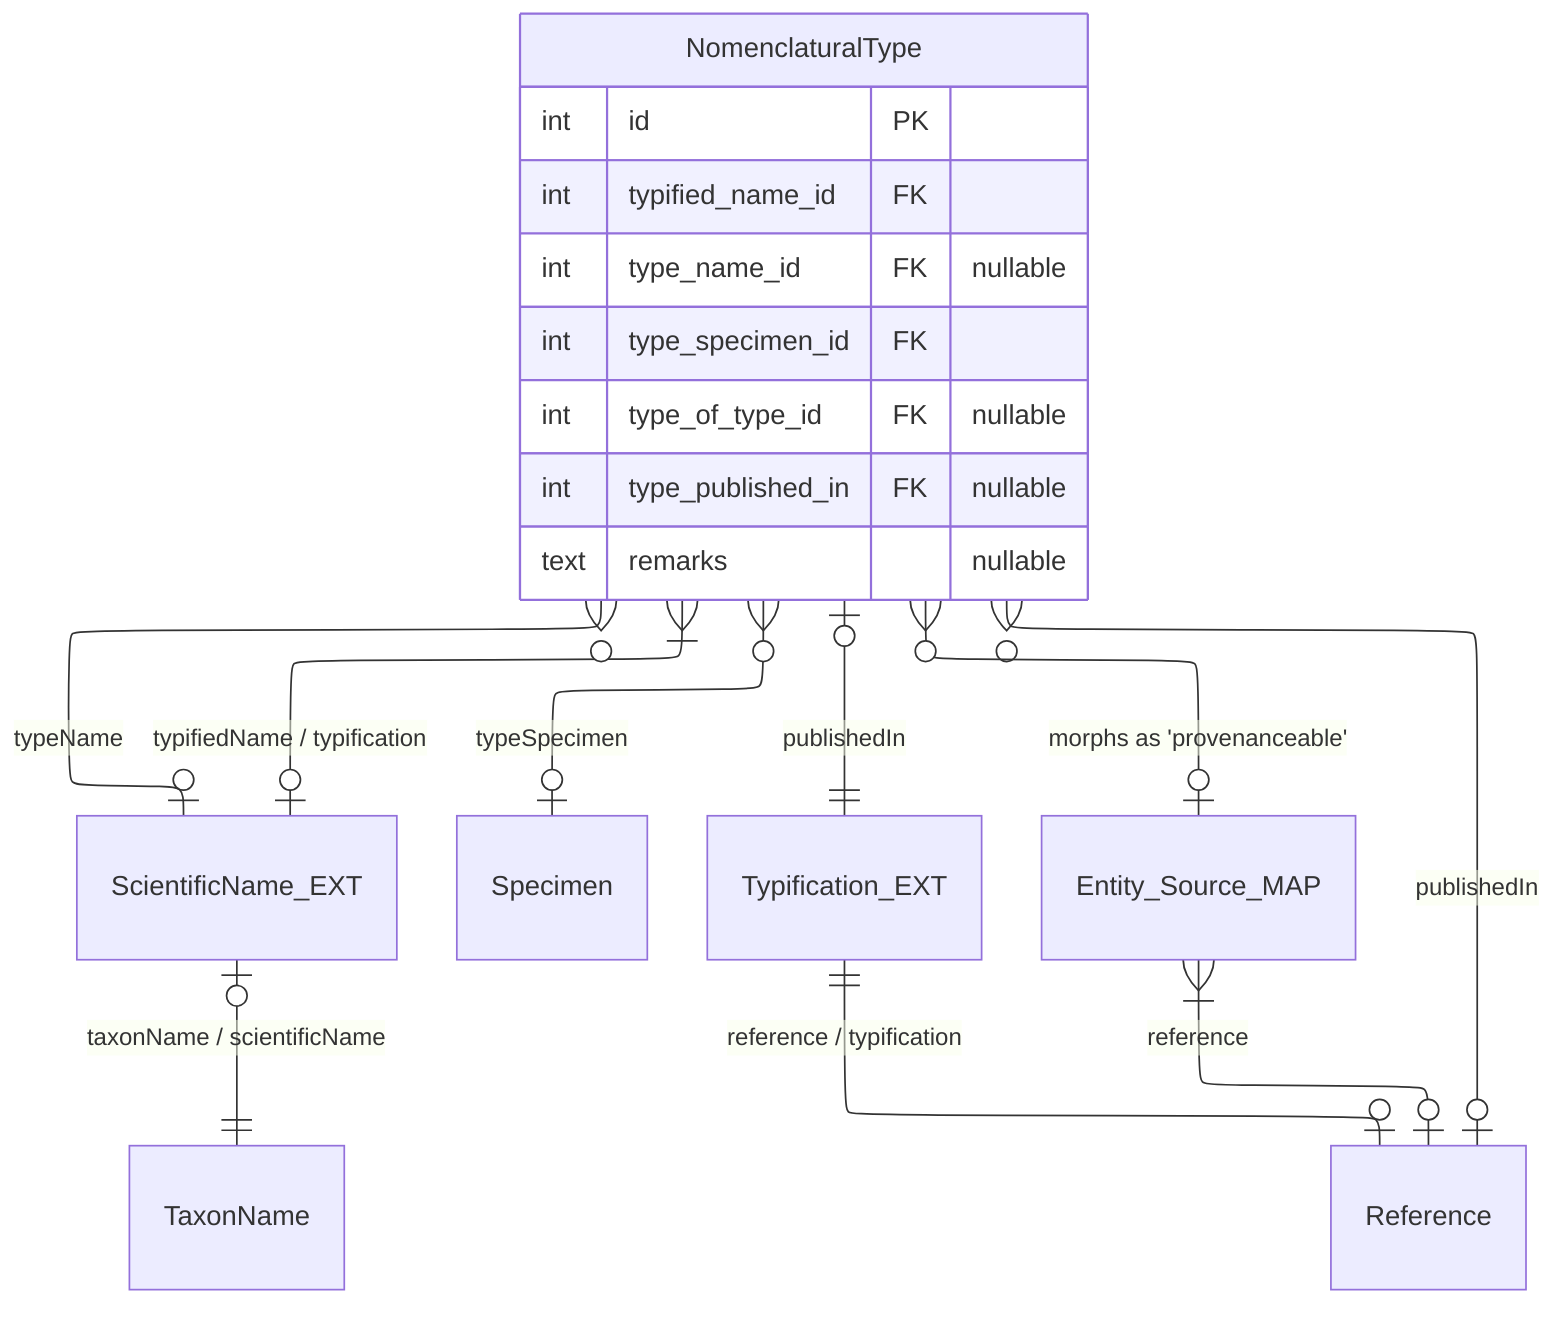
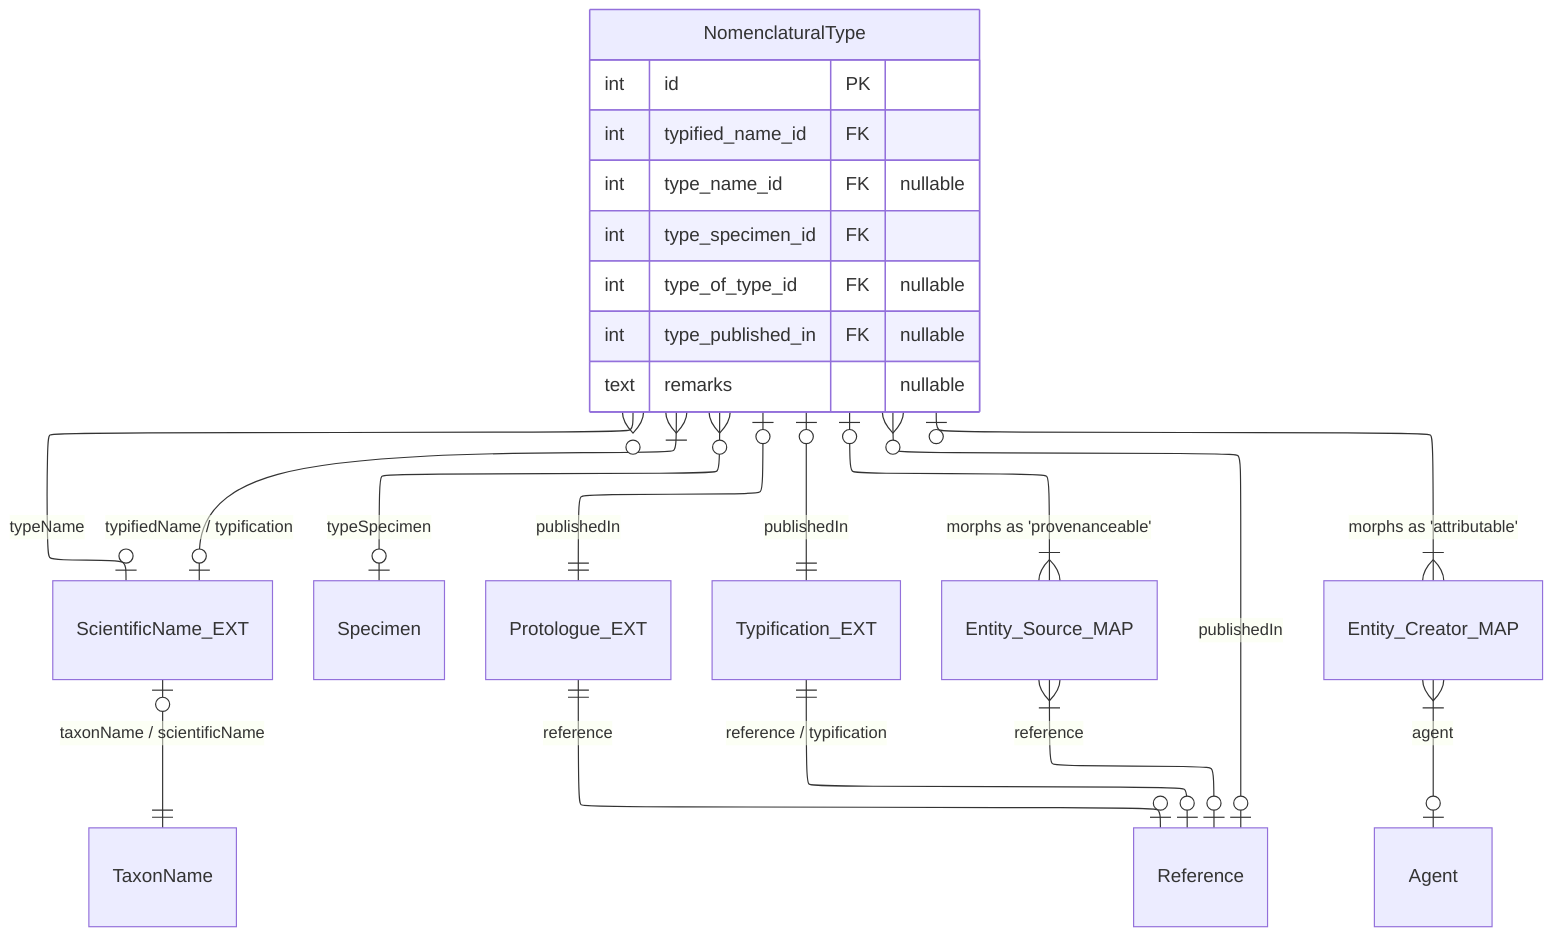
---
config:
  layout: elk
---
erDiagram
  NomenclaturalType }|--o| ScientificName_EXT : "typifiedName / typification"
  NomenclaturalType }o--o| ScientificName_EXT : "typeName"
  ScientificName_EXT |o--|| TaxonName : "taxonName / scientificName"
  NomenclaturalType }o--o| Specimen : "typeSpecimen"
  NomenclaturalType }o--o| Reference : "publishedIn"
+   NomenclaturalType |o--|| Protologue_EXT : "publishedIn"
+   Protologue_EXT ||--o| Reference : "reference"
  NomenclaturalType |o--|| Typification_EXT : "publishedIn"
  Typification_EXT ||--o| Reference : "reference / typification"
-   NomenclaturalType }o--o| Entity_Source_MAP : "morphs as 'provenanceable'"
+   NomenclaturalType |o--|{ Entity_Source_MAP : "morphs as 'provenanceable'"
  Entity_Source_MAP }|--o| Reference : "reference"
+   NomenclaturalType |o--|{ Entity_Creator_MAP : "morphs as 'attributable'"
+   Entity_Creator_MAP }|--o| Agent : "agent"

  NomenclaturalType {
    int id PK
    int typified_name_id FK
    int type_name_id FK "nullable"
    int type_specimen_id FK
    int type_of_type_id FK "nullable"
    int type_published_in FK "nullable"
    text remarks "nullable"
  }